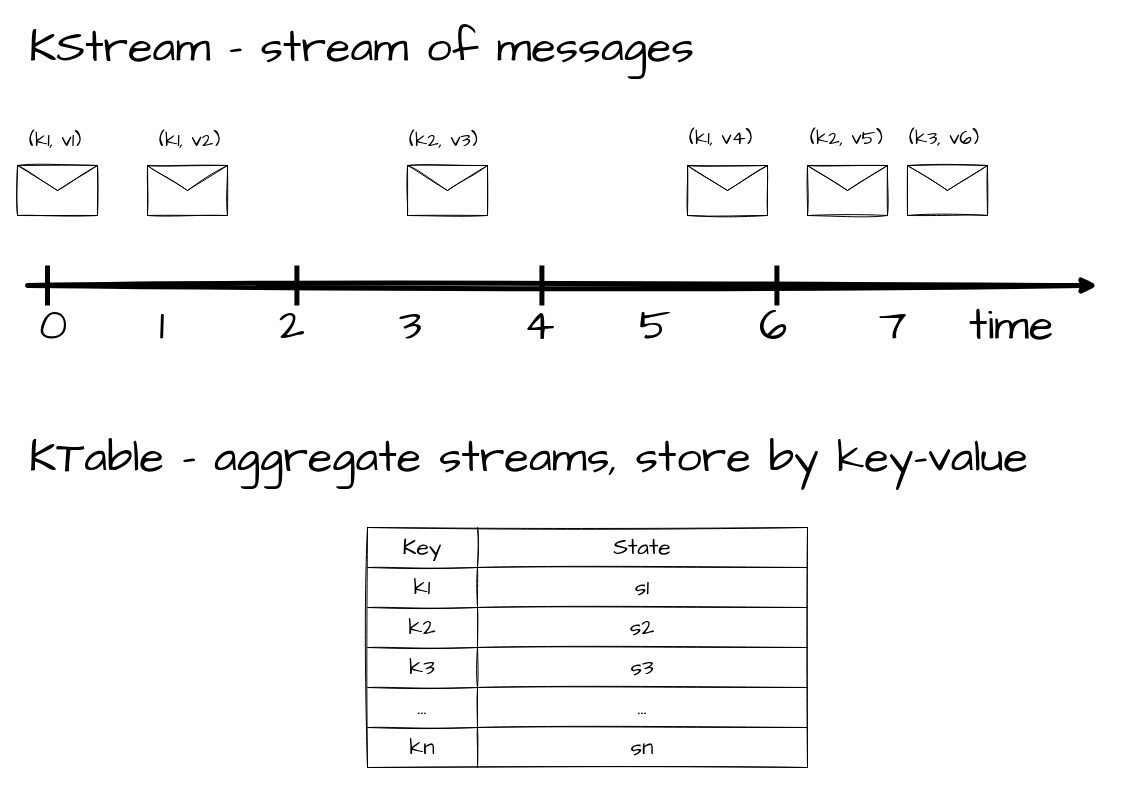
Earlier version of the draw.io diagram page "Page-4" (4 of 15) of Untitled Diagram.drawio (tamani-coding/kafka-streams-tutorial). Source tidied: cells renumbered, new cells numbered last; positions are measured from the earlier drawing's top-left corner, leaving out a move shared by most shapes. Both pictures are drawn from the tidied source at 100%, with x=0, y=0 at pixel (17, 37).
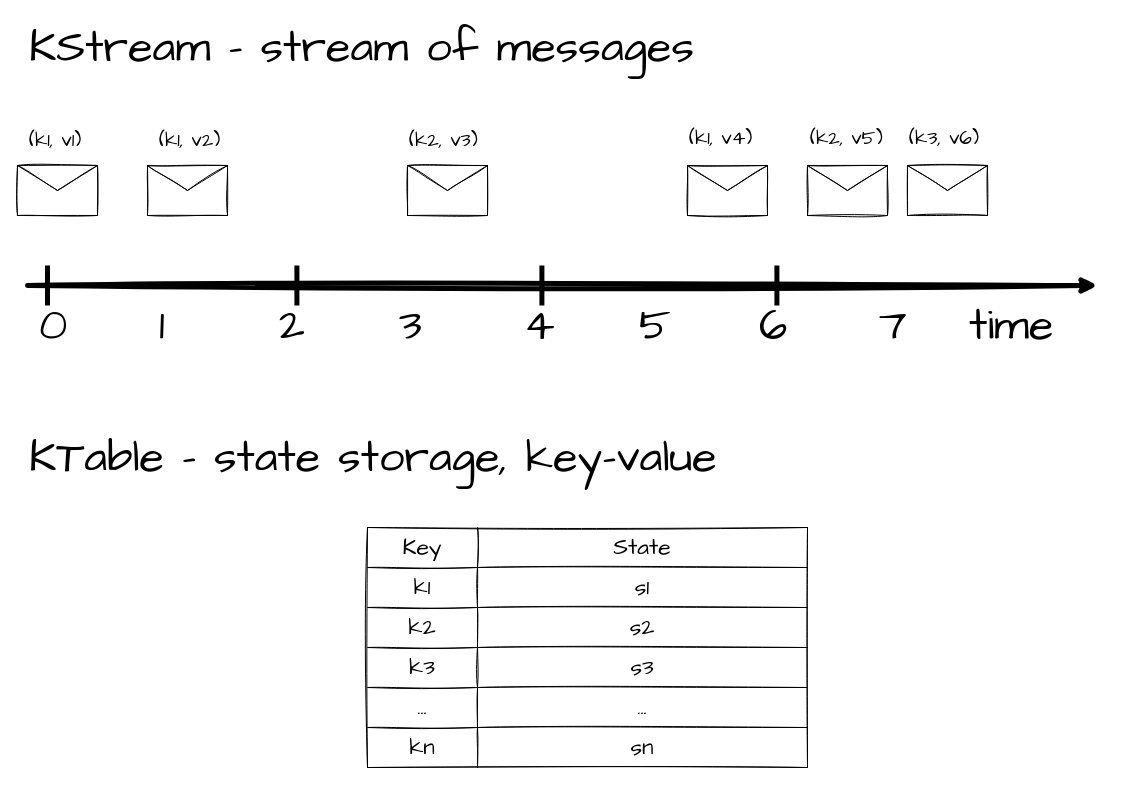
Above is the later version.

Change to the diagram source:
```diff
@@
-    <mxCell id="3" value="&lt;font style=&quot;font-size: 45px&quot; face=&quot;Comic Sans MS&quot;&gt;KTable - aggregate streams, store by key-value&lt;/font&gt;" style="text;html=1;strokeColor=none;fillColor=none;align=left;verticalAlign=middle;whiteSpace=wrap;rounded=0;sketch=1;" parent="1" vertex="1">
+    <mxCell id="3" value="&lt;font style=&quot;font-size: 45px&quot; face=&quot;Comic Sans MS&quot;&gt;KTable - state storage, key-value&lt;/font&gt;" style="text;html=1;strokeColor=none;fillColor=none;align=left;verticalAlign=middle;whiteSpace=wrap;rounded=0;sketch=1;" parent="1" vertex="1">
       <mxGeometry x="10" y="410" width="1040" height="20" as="geometry" />
     </mxCell>
```
